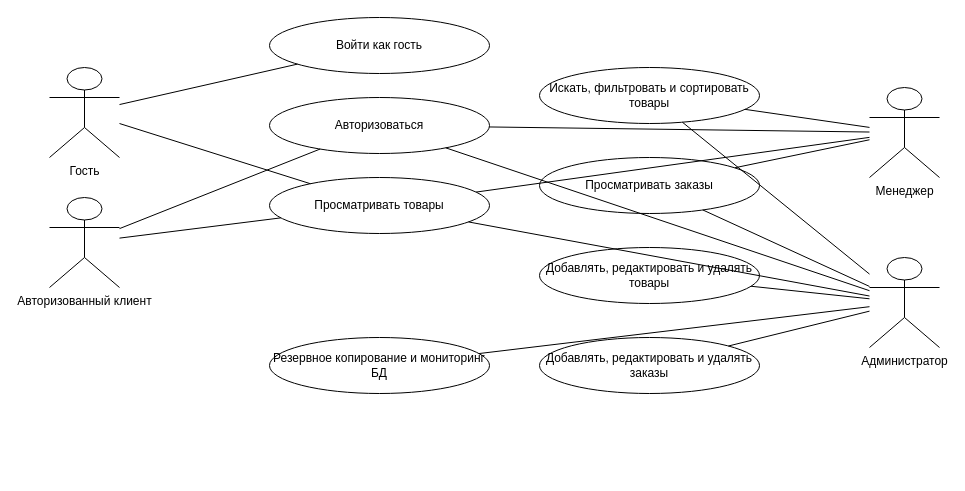
MaximillianVoss/vladislav-dmitrienko-stroy-materials-exam keeps this draw.io diagram as docs/Диаграмма_прецедентов.drawio. Above is the earlier version. Source tidied: cells renumbered, new cells numbered last; positions are measured from the earlier drawing's top-left corner, leaving out a move shared by most shapes. Both pictures are drawn from the tidied source at 100%, with x=0, y=0 at pixel (49, 17).
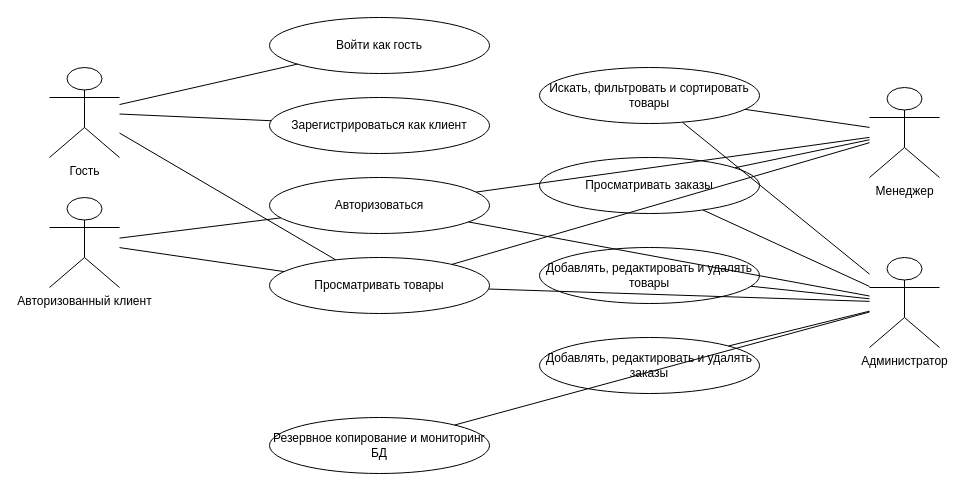
The same page after the edit.

The change refers to these unchanged cells:
```xml
<mxCell id="2" value="Гость" style="shape=umlActor;verticalLabelPosition=bottom;verticalAlign=top;html=1;outlineConnect=0;" parent="1" vertex="1">
  <mxGeometry y="50" width="70" height="90" as="geometry" />
</mxCell>
<mxCell id="3" value="Авторизованный клиент" style="shape=umlActor;verticalLabelPosition=bottom;verticalAlign=top;html=1;outlineConnect=0;" parent="1" vertex="1">
  <mxGeometry y="180" width="70" height="90" as="geometry" />
</mxCell>
<mxCell id="4" value="Менеджер" style="shape=umlActor;verticalLabelPosition=bottom;verticalAlign=top;html=1;outlineConnect=0;" parent="1" vertex="1">
  <mxGeometry x="820" y="70" width="70" height="90" as="geometry" />
</mxCell>
<mxCell id="5" value="Администратор" style="shape=umlActor;verticalLabelPosition=bottom;verticalAlign=top;html=1;outlineConnect=0;" parent="1" vertex="1">
  <mxGeometry x="820" y="240" width="70" height="90" as="geometry" />
</mxCell>
<mxCell id="9" value="Искать, фильтровать и сортировать товары" style="ellipse;whiteSpace=wrap;html=1;fillColor=#ffffff;strokeColor=#000000;" parent="1" vertex="1">
  <mxGeometry x="490" y="50" width="220" height="56" as="geometry" />
</mxCell>
<mxCell id="10" value="Просматривать заказы" style="ellipse;whiteSpace=wrap;html=1;fillColor=#ffffff;strokeColor=#000000;" parent="1" vertex="1">
  <mxGeometry x="490" y="140" width="220" height="56" as="geometry" />
</mxCell>
<mxCell id="11" value="Добавлять, редактировать и удалять товары" style="ellipse;whiteSpace=wrap;html=1;fillColor=#ffffff;strokeColor=#000000;" parent="1" vertex="1">
  <mxGeometry x="490" y="230" width="220" height="56" as="geometry" />
</mxCell>
<mxCell id="12" value="Добавлять, редактировать и удалять заказы" style="ellipse;whiteSpace=wrap;html=1;fillColor=#ffffff;strokeColor=#000000;" parent="1" vertex="1">
  <mxGeometry x="490" y="320" width="220" height="56" as="geometry" />
</mxCell>
```

The edit, as a diff of the source:
```diff
@@
+    <mxCell id="29" value="Зарегистрироваться как клиент" style="ellipse;whiteSpace=wrap;html=1;fillColor=#ffffff;strokeColor=#000000;" parent="1" vertex="1">
+      <mxGeometry x="220" y="80" width="220" height="56" as="geometry" />
+    </mxCell>
     <mxCell id="7" value="Авторизоваться" style="ellipse;whiteSpace=wrap;html=1;fillColor=#ffffff;strokeColor=#000000;" parent="1" vertex="1">
-      <mxGeometry x="220" y="80" width="220" height="56" as="geometry" />
+      <mxGeometry x="220" y="160" width="220" height="56" as="geometry" />
     </mxCell>
     <mxCell id="8" value="Просматривать товары" style="ellipse;whiteSpace=wrap;html=1;fillColor=#ffffff;strokeColor=#000000;" parent="1" vertex="1">
-      <mxGeometry x="220" y="160" width="220" height="56" as="geometry" />
+      <mxGeometry x="220" y="240" width="220" height="56" as="geometry" />
     </mxCell>
@@
     <mxCell id="13" value="Резервное копирование и мониторинг БД" style="ellipse;whiteSpace=wrap;html=1;fillColor=#ffffff;strokeColor=#000000;" parent="1" vertex="1">
-      <mxGeometry x="220" y="320" width="220" height="56" as="geometry" />
+      <mxGeometry x="220" y="400" width="220" height="56" as="geometry" />
     </mxCell>
@@
-    <mxCell id="15" style="endArrow=none;html=1;rounded=0;" parent="1" edge="1" source="2" target="8">
+    <mxCell id="15" style="endArrow=none;html=1;rounded=0;" parent="1" edge="1" source="2" target="29">
       <mxGeometry relative="1" as="geometry" />
     </mxCell>
-    <mxCell id="16" style="endArrow=none;html=1;rounded=0;" parent="1" edge="1" source="3" target="7">
+    <mxCell id="16" style="endArrow=none;html=1;rounded=0;" parent="1" edge="1" source="2" target="8">
       <mxGeometry relative="1" as="geometry" />
     </mxCell>
-    <mxCell id="17" style="endArrow=none;html=1;rounded=0;" parent="1" edge="1" source="3" target="8">
+    <mxCell id="17" style="endArrow=none;html=1;rounded=0;" parent="1" edge="1" source="3" target="7">
       <mxGeometry relative="1" as="geometry" />
     </mxCell>
-    <mxCell id="18" style="endArrow=none;html=1;rounded=0;" parent="1" edge="1" source="4" target="7">
+    <mxCell id="18" style="endArrow=none;html=1;rounded=0;" parent="1" edge="1" source="3" target="8">
       <mxGeometry relative="1" as="geometry" />
     </mxCell>
-    <mxCell id="19" style="endArrow=none;html=1;rounded=0;" parent="1" edge="1" source="4" target="8">
+    <mxCell id="19" style="endArrow=none;html=1;rounded=0;" parent="1" edge="1" source="4" target="7">
       <mxGeometry relative="1" as="geometry" />
     </mxCell>
-    <mxCell id="20" style="endArrow=none;html=1;rounded=0;" parent="1" edge="1" source="4" target="9">
+    <mxCell id="20" style="endArrow=none;html=1;rounded=0;" parent="1" edge="1" source="4" target="8">
       <mxGeometry relative="1" as="geometry" />
     </mxCell>
-    <mxCell id="21" style="endArrow=none;html=1;rounded=0;" parent="1" edge="1" source="4" target="10">
+    <mxCell id="21" style="endArrow=none;html=1;rounded=0;" parent="1" edge="1" source="4" target="9">
       <mxGeometry relative="1" as="geometry" />
     </mxCell>
-    <mxCell id="22" style="endArrow=none;html=1;rounded=0;" parent="1" edge="1" source="5" target="7">
+    <mxCell id="22" style="endArrow=none;html=1;rounded=0;" parent="1" edge="1" source="4" target="10">
       <mxGeometry relative="1" as="geometry" />
     </mxCell>
-    <mxCell id="23" style="endArrow=none;html=1;rounded=0;" parent="1" edge="1" source="5" target="8">
+    <mxCell id="23" style="endArrow=none;html=1;rounded=0;" parent="1" edge="1" source="5" target="7">
       <mxGeometry relative="1" as="geometry" />
     </mxCell>
-    <mxCell id="24" style="endArrow=none;html=1;rounded=0;" parent="1" edge="1" source="5" target="9">
+    <mxCell id="24" style="endArrow=none;html=1;rounded=0;" parent="1" edge="1" source="5" target="8">
       <mxGeometry relative="1" as="geometry" />
     </mxCell>
-    <mxCell id="25" style="endArrow=none;html=1;rounded=0;" parent="1" edge="1" source="5" target="10">
+    <mxCell id="25" style="endArrow=none;html=1;rounded=0;" parent="1" edge="1" source="5" target="9">
       <mxGeometry relative="1" as="geometry" />
     </mxCell>
-    <mxCell id="26" style="endArrow=none;html=1;rounded=0;" parent="1" edge="1" source="5" target="11">
+    <mxCell id="26" style="endArrow=none;html=1;rounded=0;" parent="1" edge="1" source="5" target="10">
       <mxGeometry relative="1" as="geometry" />
     </mxCell>
-    <mxCell id="27" style="endArrow=none;html=1;rounded=0;" parent="1" edge="1" source="5" target="12">
+    <mxCell id="27" style="endArrow=none;html=1;rounded=0;" parent="1" edge="1" source="5" target="11">
       <mxGeometry relative="1" as="geometry" />
     </mxCell>
-    <mxCell id="28" style="endArrow=none;html=1;rounded=0;" parent="1" edge="1" source="5" target="13">
+    <mxCell id="28" style="endArrow=none;html=1;rounded=0;" parent="1" edge="1" source="5" target="12">
       <mxGeometry relative="1" as="geometry" />
     </mxCell>
+    <mxCell id="30" style="endArrow=none;html=1;rounded=0;" parent="1" edge="1" source="5" target="13">
+      <mxGeometry relative="1" as="geometry" />
+    </mxCell>
```
